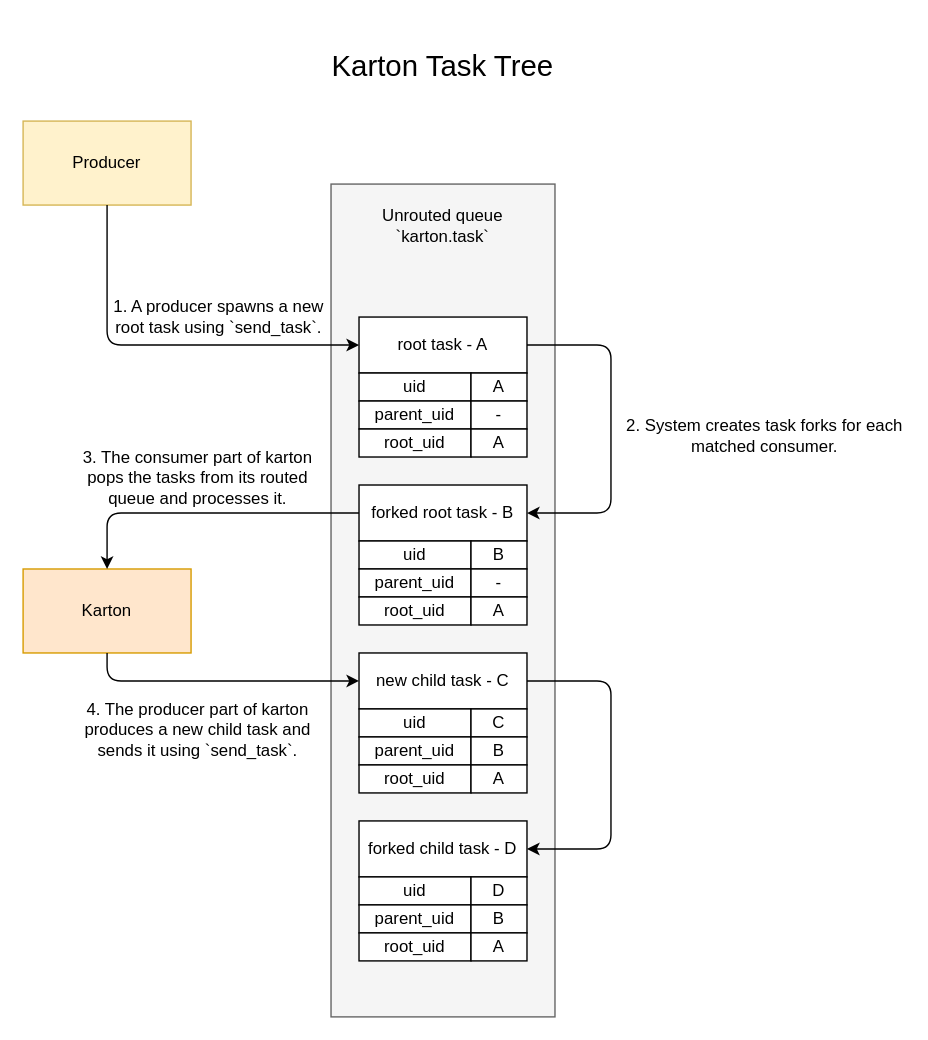
CERT-Polska/karton keeps this draw.io diagram as docs/task-tree.svg. Above is the earlier version. Source tidied: cells renumbered, new cells last; positions are measured from the earlier drawing's top-left corner, leaving out a move shared by most shapes. Its diagram source:
```xml
<mxGraphModel>
  <root>
    <mxCell id="0" />
    <mxCell id="1" parent="0" />
    <mxCell id="2" style="rounded=0;whiteSpace=wrap;html=1;fillColor=#f5f5f5;strokeColor=#666666;fontColor=#333333;" parent="1" vertex="1">
      <mxGeometry x="220" y="115" width="160" height="595" as="geometry" />
    </mxCell>
    <mxCell id="3" value="root task - A" style="rounded=0;whiteSpace=wrap;html=1;" parent="1" vertex="1">
      <mxGeometry x="240" y="210" width="120" height="40" as="geometry" />
    </mxCell>
    <mxCell id="4" value="Producer" style="rounded=0;whiteSpace=wrap;html=1;fillColor=#fff2cc;strokeColor=#d6b656;" parent="1" vertex="1">
      <mxGeometry y="70" width="120" height="60" as="geometry" />
    </mxCell>
    <mxCell id="5" value="1. A producer spawns a new root task using `send_task`." style="text;html=1;strokeColor=none;fillColor=none;align=center;verticalAlign=middle;whiteSpace=wrap;rounded=0;" parent="1" vertex="1">
      <mxGeometry x="60" y="190" width="160" height="40" as="geometry" />
    </mxCell>
    <mxCell id="6" value="uid" style="rounded=0;whiteSpace=wrap;html=1;" parent="1" vertex="1">
      <mxGeometry x="240" y="250" width="80" height="20" as="geometry" />
    </mxCell>
    <mxCell id="7" value="&lt;span&gt;parent_uid&lt;/span&gt;" style="rounded=0;whiteSpace=wrap;html=1;" parent="1" vertex="1">
      <mxGeometry x="240" y="270" width="80" height="20" as="geometry" />
    </mxCell>
    <mxCell id="8" value="&lt;span&gt;root_uid&lt;/span&gt;" style="rounded=0;whiteSpace=wrap;html=1;" parent="1" vertex="1">
      <mxGeometry x="240" y="290" width="80" height="20" as="geometry" />
    </mxCell>
    <mxCell id="9" value="A" style="rounded=0;whiteSpace=wrap;html=1;" parent="1" vertex="1">
      <mxGeometry x="320" y="250" width="40" height="20" as="geometry" />
    </mxCell>
    <mxCell id="10" value="-" style="rounded=0;whiteSpace=wrap;html=1;" parent="1" vertex="1">
      <mxGeometry x="320" y="270" width="40" height="20" as="geometry" />
    </mxCell>
    <mxCell id="11" value="A" style="rounded=0;whiteSpace=wrap;html=1;" parent="1" vertex="1">
      <mxGeometry x="320" y="290" width="40" height="20" as="geometry" />
    </mxCell>
    <mxCell id="12" style="edgeStyle=segmentEdgeStyle;endArrow=classic;html=1;entryX=0;entryY=0.5;entryDx=0;entryDy=0;exitX=0.5;exitY=1;exitDx=0;exitDy=0;" parent="1" edge="1" source="4" target="3">
      <mxGeometry relative="1" as="geometry">
        <Array as="points">
          <mxPoint x="60" y="230" />
        </Array>
      </mxGeometry>
    </mxCell>
    <mxCell id="13" value="Unrouted queue&lt;br&gt;`karton.task`" style="text;html=1;strokeColor=none;fillColor=none;align=center;verticalAlign=middle;whiteSpace=wrap;rounded=0;" parent="1" vertex="1">
      <mxGeometry x="240" y="130" width="120" height="30" as="geometry" />
    </mxCell>
    <mxCell id="14" style="edgeStyle=elbowEdgeStyle;elbow=vertical;endArrow=classic;html=1;exitX=1;exitY=0.5;exitDx=0;exitDy=0;entryX=1;entryY=0.5;entryDx=0;entryDy=0;" parent="1" edge="1" source="3" target="15">
      <mxGeometry relative="1" as="geometry">
        <Array as="points">
          <mxPoint x="420" y="300" />
        </Array>
      </mxGeometry>
    </mxCell>
    <mxCell id="15" value="forked root task - B" style="rounded=0;whiteSpace=wrap;html=1;" parent="1" vertex="1">
      <mxGeometry x="240" y="330" width="120" height="40" as="geometry" />
    </mxCell>
    <mxCell id="16" value="uid" style="rounded=0;whiteSpace=wrap;html=1;" parent="1" vertex="1">
      <mxGeometry x="240" y="370" width="80" height="20" as="geometry" />
    </mxCell>
    <mxCell id="17" value="&lt;span&gt;parent_uid&lt;/span&gt;" style="rounded=0;whiteSpace=wrap;html=1;" parent="1" vertex="1">
      <mxGeometry x="240" y="390" width="80" height="20" as="geometry" />
    </mxCell>
    <mxCell id="18" value="&lt;span&gt;root_uid&lt;/span&gt;" style="rounded=0;whiteSpace=wrap;html=1;" parent="1" vertex="1">
      <mxGeometry x="240" y="410" width="80" height="20" as="geometry" />
    </mxCell>
    <mxCell id="19" value="B" style="rounded=0;whiteSpace=wrap;html=1;" parent="1" vertex="1">
      <mxGeometry x="320" y="370" width="40" height="20" as="geometry" />
    </mxCell>
    <mxCell id="20" value="-" style="rounded=0;whiteSpace=wrap;html=1;" parent="1" vertex="1">
      <mxGeometry x="320" y="390" width="40" height="20" as="geometry" />
    </mxCell>
    <mxCell id="21" value="A" style="rounded=0;whiteSpace=wrap;html=1;" parent="1" vertex="1">
      <mxGeometry x="320" y="410" width="40" height="20" as="geometry" />
    </mxCell>
    <mxCell id="22" value="2. System creates task forks for each matched consumer." style="text;html=1;strokeColor=none;fillColor=none;align=center;verticalAlign=middle;whiteSpace=wrap;rounded=0;" parent="1" vertex="1">
      <mxGeometry x="430" y="270" width="200" height="50" as="geometry" />
    </mxCell>
    <mxCell id="23" value="Karton" style="rounded=0;whiteSpace=wrap;html=1;fillColor=#ffe6cc;strokeColor=#d79b00;" parent="1" vertex="1">
      <mxGeometry y="390" width="120" height="60" as="geometry" />
    </mxCell>
    <mxCell id="24" style="edgeStyle=segmentEdgeStyle;endArrow=classic;html=1;exitX=0;exitY=0.5;exitDx=0;exitDy=0;entryX=0.5;entryY=0;entryDx=0;entryDy=0;" parent="1" edge="1" source="15" target="23">
      <mxGeometry relative="1" as="geometry" />
    </mxCell>
    <mxCell id="25" value="3. The consumer part of karton pops the tasks from its routed queue and processes it." style="text;html=1;strokeColor=none;fillColor=none;align=center;verticalAlign=middle;whiteSpace=wrap;rounded=0;" parent="1" vertex="1">
      <mxGeometry x="40" y="300" width="170" height="50" as="geometry" />
    </mxCell>
    <mxCell id="26" value="new child task - C" style="rounded=0;whiteSpace=wrap;html=1;" parent="1" vertex="1">
      <mxGeometry x="240" y="450" width="120" height="40" as="geometry" />
    </mxCell>
    <mxCell id="27" value="uid" style="rounded=0;whiteSpace=wrap;html=1;" parent="1" vertex="1">
      <mxGeometry x="240" y="490" width="80" height="20" as="geometry" />
    </mxCell>
    <mxCell id="28" value="&lt;span&gt;parent_uid&lt;/span&gt;" style="rounded=0;whiteSpace=wrap;html=1;" parent="1" vertex="1">
      <mxGeometry x="240" y="510" width="80" height="20" as="geometry" />
    </mxCell>
    <mxCell id="29" value="&lt;span&gt;root_uid&lt;/span&gt;" style="rounded=0;whiteSpace=wrap;html=1;" parent="1" vertex="1">
      <mxGeometry x="240" y="530" width="80" height="20" as="geometry" />
    </mxCell>
    <mxCell id="30" value="C" style="rounded=0;whiteSpace=wrap;html=1;" parent="1" vertex="1">
      <mxGeometry x="320" y="490" width="40" height="20" as="geometry" />
    </mxCell>
    <mxCell id="31" value="B" style="rounded=0;whiteSpace=wrap;html=1;" parent="1" vertex="1">
      <mxGeometry x="320" y="510" width="40" height="20" as="geometry" />
    </mxCell>
    <mxCell id="32" value="A" style="rounded=0;whiteSpace=wrap;html=1;" parent="1" vertex="1">
      <mxGeometry x="320" y="530" width="40" height="20" as="geometry" />
    </mxCell>
    <mxCell id="33" style="edgeStyle=segmentEdgeStyle;endArrow=classic;html=1;exitX=0.5;exitY=1;exitDx=0;exitDy=0;entryX=0;entryY=0.5;entryDx=0;entryDy=0;" parent="1" edge="1" source="23" target="26">
      <mxGeometry relative="1" as="geometry">
        <Array as="points">
          <mxPoint x="60" y="470" />
        </Array>
      </mxGeometry>
    </mxCell>
    <mxCell id="34" value="4. The producer part of karton produces a new child task and sends it using `send_task`." style="text;html=1;strokeColor=none;fillColor=none;align=center;verticalAlign=middle;whiteSpace=wrap;rounded=0;" parent="1" vertex="1">
      <mxGeometry x="40" y="480" width="170" height="50" as="geometry" />
    </mxCell>
    <mxCell id="35" value="forked child task - D" style="rounded=0;whiteSpace=wrap;html=1;" parent="1" vertex="1">
      <mxGeometry x="240" y="570" width="120" height="40" as="geometry" />
    </mxCell>
    <mxCell id="36" value="uid" style="rounded=0;whiteSpace=wrap;html=1;" parent="1" vertex="1">
      <mxGeometry x="240" y="610" width="80" height="20" as="geometry" />
    </mxCell>
    <mxCell id="37" value="&lt;span&gt;parent_uid&lt;/span&gt;" style="rounded=0;whiteSpace=wrap;html=1;" parent="1" vertex="1">
      <mxGeometry x="240" y="630" width="80" height="20" as="geometry" />
    </mxCell>
    <mxCell id="38" value="&lt;span&gt;root_uid&lt;/span&gt;" style="rounded=0;whiteSpace=wrap;html=1;" parent="1" vertex="1">
      <mxGeometry x="240" y="650" width="80" height="20" as="geometry" />
    </mxCell>
    <mxCell id="39" value="D" style="rounded=0;whiteSpace=wrap;html=1;" parent="1" vertex="1">
      <mxGeometry x="320" y="610" width="40" height="20" as="geometry" />
    </mxCell>
    <mxCell id="40" value="B" style="rounded=0;whiteSpace=wrap;html=1;" parent="1" vertex="1">
      <mxGeometry x="320" y="630" width="40" height="20" as="geometry" />
    </mxCell>
    <mxCell id="41" value="A" style="rounded=0;whiteSpace=wrap;html=1;" parent="1" vertex="1">
      <mxGeometry x="320" y="650" width="40" height="20" as="geometry" />
    </mxCell>
    <mxCell id="42" style="edgeStyle=elbowEdgeStyle;elbow=vertical;endArrow=classic;html=1;entryX=1;entryY=0.5;entryDx=0;entryDy=0;exitX=1;exitY=0.5;exitDx=0;exitDy=0;" parent="1" edge="1" source="26" target="35">
      <mxGeometry relative="1" as="geometry">
        <Array as="points">
          <mxPoint x="420" y="530" />
          <mxPoint x="520" y="590" />
        </Array>
      </mxGeometry>
    </mxCell>
    <mxCell id="43" value="Karton Task Tree" style="text;html=1;strokeColor=none;fillColor=none;align=center;verticalAlign=middle;whiteSpace=wrap;fontSize=21;rounded=1;" parent="1" vertex="1">
      <mxGeometry x="130" width="340" height="60" as="geometry" />
    </mxCell>
  </root>
</mxGraphModel>
```
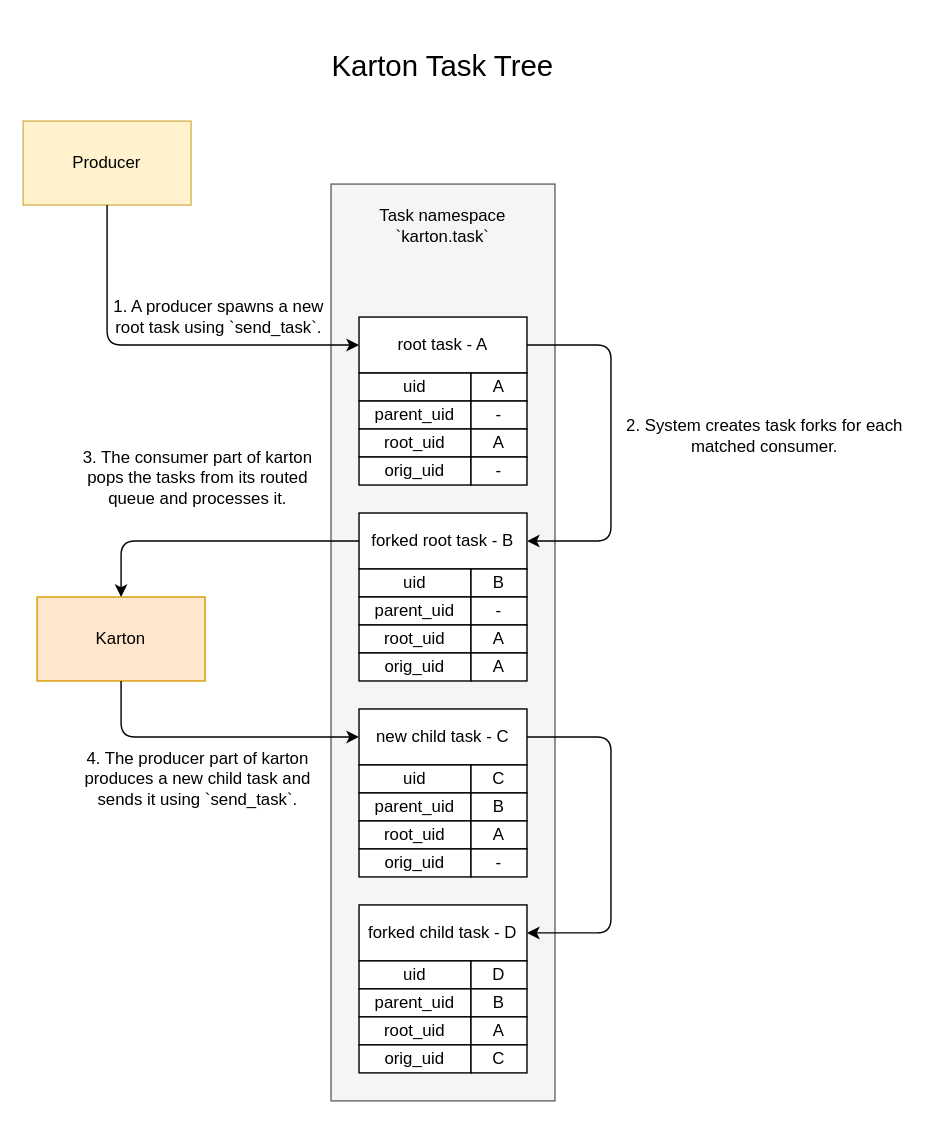
After the commit.

Commit message:
Added forked task reference (orig_uid)  (#43)

What changed in the source:
```diff
@@ -3,7 +3,7 @@
     <mxCell id="0" />
     <mxCell id="1" parent="0" />
     <mxCell id="2" style="rounded=0;whiteSpace=wrap;html=1;fillColor=#f5f5f5;strokeColor=#666666;fontColor=#333333;" parent="1" vertex="1">
-      <mxGeometry x="220" y="115" width="160" height="595" as="geometry" />
+      <mxGeometry x="220" y="115" width="160" height="655" as="geometry" />
     </mxCell>
     <mxCell id="3" value="root task - A" style="rounded=0;whiteSpace=wrap;html=1;" parent="1" vertex="1">
       <mxGeometry x="240" y="210" width="120" height="40" as="geometry" />
@@ -39,7 +39,7 @@
         </Array>
       </mxGeometry>
     </mxCell>
-    <mxCell id="13" value="Unrouted queue&lt;br&gt;`karton.task`" style="text;html=1;strokeColor=none;fillColor=none;align=center;verticalAlign=middle;whiteSpace=wrap;rounded=0;" parent="1" vertex="1">
+    <mxCell id="13" value="Task namespace&lt;br&gt;`karton.task`" style="text;html=1;strokeColor=none;fillColor=none;align=center;verticalAlign=middle;whiteSpace=wrap;rounded=0;" parent="1" vertex="1">
       <mxGeometry x="240" y="130" width="120" height="30" as="geometry" />
     </mxCell>
     <mxCell id="14" style="edgeStyle=elbowEdgeStyle;elbow=vertical;endArrow=classic;html=1;exitX=1;exitY=0.5;exitDx=0;exitDy=0;entryX=1;entryY=0.5;entryDx=0;entryDy=0;" parent="1" edge="1" source="3" target="15">
@@ -50,31 +50,31 @@
       </mxGeometry>
     </mxCell>
     <mxCell id="15" value="forked root task - B" style="rounded=0;whiteSpace=wrap;html=1;" parent="1" vertex="1">
-      <mxGeometry x="240" y="330" width="120" height="40" as="geometry" />
+      <mxGeometry x="240" y="350" width="120" height="40" as="geometry" />
     </mxCell>
     <mxCell id="16" value="uid" style="rounded=0;whiteSpace=wrap;html=1;" parent="1" vertex="1">
-      <mxGeometry x="240" y="370" width="80" height="20" as="geometry" />
+      <mxGeometry x="240" y="390" width="80" height="20" as="geometry" />
     </mxCell>
     <mxCell id="17" value="&lt;span&gt;parent_uid&lt;/span&gt;" style="rounded=0;whiteSpace=wrap;html=1;" parent="1" vertex="1">
-      <mxGeometry x="240" y="390" width="80" height="20" as="geometry" />
+      <mxGeometry x="240" y="410" width="80" height="20" as="geometry" />
     </mxCell>
     <mxCell id="18" value="&lt;span&gt;root_uid&lt;/span&gt;" style="rounded=0;whiteSpace=wrap;html=1;" parent="1" vertex="1">
-      <mxGeometry x="240" y="410" width="80" height="20" as="geometry" />
+      <mxGeometry x="240" y="430" width="80" height="20" as="geometry" />
     </mxCell>
     <mxCell id="19" value="B" style="rounded=0;whiteSpace=wrap;html=1;" parent="1" vertex="1">
-      <mxGeometry x="320" y="370" width="40" height="20" as="geometry" />
+      <mxGeometry x="320" y="390" width="40" height="20" as="geometry" />
     </mxCell>
     <mxCell id="20" value="-" style="rounded=0;whiteSpace=wrap;html=1;" parent="1" vertex="1">
-      <mxGeometry x="320" y="390" width="40" height="20" as="geometry" />
+      <mxGeometry x="320" y="410" width="40" height="20" as="geometry" />
     </mxCell>
     <mxCell id="21" value="A" style="rounded=0;whiteSpace=wrap;html=1;" parent="1" vertex="1">
-      <mxGeometry x="320" y="410" width="40" height="20" as="geometry" />
+      <mxGeometry x="320" y="430" width="40" height="20" as="geometry" />
     </mxCell>
     <mxCell id="22" value="2. System creates task forks for each matched consumer." style="text;html=1;strokeColor=none;fillColor=none;align=center;verticalAlign=middle;whiteSpace=wrap;rounded=0;" parent="1" vertex="1">
       <mxGeometry x="430" y="270" width="200" height="50" as="geometry" />
     </mxCell>
     <mxCell id="23" value="Karton" style="rounded=0;whiteSpace=wrap;html=1;fillColor=#ffe6cc;strokeColor=#d79b00;" parent="1" vertex="1">
-      <mxGeometry y="390" width="120" height="60" as="geometry" />
+      <mxGeometry x="10" y="410" width="120" height="60" as="geometry" />
     </mxCell>
     <mxCell id="24" style="edgeStyle=segmentEdgeStyle;endArrow=classic;html=1;exitX=0;exitY=0.5;exitDx=0;exitDy=0;entryX=0.5;entryY=0;entryDx=0;entryDy=0;" parent="1" edge="1" source="15" target="23">
       <mxGeometry relative="1" as="geometry" />
@@ -83,56 +83,56 @@
       <mxGeometry x="40" y="300" width="170" height="50" as="geometry" />
     </mxCell>
     <mxCell id="26" value="new child task - C" style="rounded=0;whiteSpace=wrap;html=1;" parent="1" vertex="1">
-      <mxGeometry x="240" y="450" width="120" height="40" as="geometry" />
+      <mxGeometry x="240" y="490" width="120" height="40" as="geometry" />
     </mxCell>
     <mxCell id="27" value="uid" style="rounded=0;whiteSpace=wrap;html=1;" parent="1" vertex="1">
-      <mxGeometry x="240" y="490" width="80" height="20" as="geometry" />
+      <mxGeometry x="240" y="530" width="80" height="20" as="geometry" />
     </mxCell>
     <mxCell id="28" value="&lt;span&gt;parent_uid&lt;/span&gt;" style="rounded=0;whiteSpace=wrap;html=1;" parent="1" vertex="1">
-      <mxGeometry x="240" y="510" width="80" height="20" as="geometry" />
+      <mxGeometry x="240" y="550" width="80" height="20" as="geometry" />
     </mxCell>
     <mxCell id="29" value="&lt;span&gt;root_uid&lt;/span&gt;" style="rounded=0;whiteSpace=wrap;html=1;" parent="1" vertex="1">
-      <mxGeometry x="240" y="530" width="80" height="20" as="geometry" />
+      <mxGeometry x="240" y="570" width="80" height="20" as="geometry" />
     </mxCell>
     <mxCell id="30" value="C" style="rounded=0;whiteSpace=wrap;html=1;" parent="1" vertex="1">
-      <mxGeometry x="320" y="490" width="40" height="20" as="geometry" />
+      <mxGeometry x="320" y="530" width="40" height="20" as="geometry" />
     </mxCell>
     <mxCell id="31" value="B" style="rounded=0;whiteSpace=wrap;html=1;" parent="1" vertex="1">
-      <mxGeometry x="320" y="510" width="40" height="20" as="geometry" />
+      <mxGeometry x="320" y="550" width="40" height="20" as="geometry" />
     </mxCell>
     <mxCell id="32" value="A" style="rounded=0;whiteSpace=wrap;html=1;" parent="1" vertex="1">
-      <mxGeometry x="320" y="530" width="40" height="20" as="geometry" />
+      <mxGeometry x="320" y="570" width="40" height="20" as="geometry" />
     </mxCell>
-    <mxCell id="33" style="edgeStyle=segmentEdgeStyle;endArrow=classic;html=1;exitX=0.5;exitY=1;exitDx=0;exitDy=0;entryX=0;entryY=0.5;entryDx=0;entryDy=0;" parent="1" edge="1" source="23" target="26">
+    <mxCell id="33" style="edgeStyle=segmentEdgeStyle;endArrow=classic;html=1;entryX=0;entryY=0.5;entryDx=0;entryDy=0;exitX=0.5;exitY=1;exitDx=0;exitDy=0;" parent="1" edge="1" source="23" target="26">
       <mxGeometry relative="1" as="geometry">
         <Array as="points">
-          <mxPoint x="60" y="470" />
+          <mxPoint x="70" y="510" />
         </Array>
       </mxGeometry>
     </mxCell>
     <mxCell id="34" value="4. The producer part of karton produces a new child task and sends it using `send_task`." style="text;html=1;strokeColor=none;fillColor=none;align=center;verticalAlign=middle;whiteSpace=wrap;rounded=0;" parent="1" vertex="1">
-      <mxGeometry x="40" y="480" width="170" height="50" as="geometry" />
+      <mxGeometry x="40" y="515" width="170" height="50" as="geometry" />
     </mxCell>
     <mxCell id="35" value="forked child task - D" style="rounded=0;whiteSpace=wrap;html=1;" parent="1" vertex="1">
-      <mxGeometry x="240" y="570" width="120" height="40" as="geometry" />
+      <mxGeometry x="240" y="630" width="120" height="40" as="geometry" />
     </mxCell>
     <mxCell id="36" value="uid" style="rounded=0;whiteSpace=wrap;html=1;" parent="1" vertex="1">
-      <mxGeometry x="240" y="610" width="80" height="20" as="geometry" />
+      <mxGeometry x="240" y="670" width="80" height="20" as="geometry" />
     </mxCell>
     <mxCell id="37" value="&lt;span&gt;parent_uid&lt;/span&gt;" style="rounded=0;whiteSpace=wrap;html=1;" parent="1" vertex="1">
-      <mxGeometry x="240" y="630" width="80" height="20" as="geometry" />
+      <mxGeometry x="240" y="690" width="80" height="20" as="geometry" />
     </mxCell>
     <mxCell id="38" value="&lt;span&gt;root_uid&lt;/span&gt;" style="rounded=0;whiteSpace=wrap;html=1;" parent="1" vertex="1">
-      <mxGeometry x="240" y="650" width="80" height="20" as="geometry" />
+      <mxGeometry x="240" y="710" width="80" height="20" as="geometry" />
     </mxCell>
     <mxCell id="39" value="D" style="rounded=0;whiteSpace=wrap;html=1;" parent="1" vertex="1">
-      <mxGeometry x="320" y="610" width="40" height="20" as="geometry" />
+      <mxGeometry x="320" y="670" width="40" height="20" as="geometry" />
     </mxCell>
     <mxCell id="40" value="B" style="rounded=0;whiteSpace=wrap;html=1;" parent="1" vertex="1">
-      <mxGeometry x="320" y="630" width="40" height="20" as="geometry" />
+      <mxGeometry x="320" y="690" width="40" height="20" as="geometry" />
     </mxCell>
     <mxCell id="41" value="A" style="rounded=0;whiteSpace=wrap;html=1;" parent="1" vertex="1">
-      <mxGeometry x="320" y="650" width="40" height="20" as="geometry" />
+      <mxGeometry x="320" y="710" width="40" height="20" as="geometry" />
     </mxCell>
     <mxCell id="42" style="edgeStyle=elbowEdgeStyle;elbow=vertical;endArrow=classic;html=1;entryX=1;entryY=0.5;entryDx=0;entryDy=0;exitX=1;exitY=0.5;exitDx=0;exitDy=0;" parent="1" edge="1" source="26" target="35">
       <mxGeometry relative="1" as="geometry">
@@ -145,5 +145,29 @@
     <mxCell id="43" value="Karton Task Tree" style="text;html=1;strokeColor=none;fillColor=none;align=center;verticalAlign=middle;whiteSpace=wrap;fontSize=21;rounded=1;" parent="1" vertex="1">
       <mxGeometry x="130" width="340" height="60" as="geometry" />
     </mxCell>
+    <mxCell id="44" value="&lt;span&gt;orig_uid&lt;/span&gt;" style="rounded=0;whiteSpace=wrap;html=1;" parent="1" vertex="1">
+      <mxGeometry x="240" y="310" width="80" height="20" as="geometry" />
+    </mxCell>
+    <mxCell id="45" value="-" style="rounded=0;whiteSpace=wrap;html=1;" parent="1" vertex="1">
+      <mxGeometry x="320" y="310" width="40" height="20" as="geometry" />
+    </mxCell>
+    <mxCell id="46" value="&lt;span&gt;orig_uid&lt;/span&gt;" style="rounded=0;whiteSpace=wrap;html=1;" parent="1" vertex="1">
+      <mxGeometry x="240" y="450" width="80" height="20" as="geometry" />
+    </mxCell>
+    <mxCell id="47" value="A" style="rounded=0;whiteSpace=wrap;html=1;" parent="1" vertex="1">
+      <mxGeometry x="320" y="450" width="40" height="20" as="geometry" />
+    </mxCell>
+    <mxCell id="48" value="&lt;span&gt;orig_uid&lt;/span&gt;" style="rounded=0;whiteSpace=wrap;html=1;" parent="1" vertex="1">
+      <mxGeometry x="240" y="590" width="80" height="20" as="geometry" />
+    </mxCell>
+    <mxCell id="49" value="-" style="rounded=0;whiteSpace=wrap;html=1;" parent="1" vertex="1">
+      <mxGeometry x="320" y="590" width="40" height="20" as="geometry" />
+    </mxCell>
+    <mxCell id="50" value="&lt;span&gt;orig_uid&lt;/span&gt;" style="rounded=0;whiteSpace=wrap;html=1;" parent="1" vertex="1">
+      <mxGeometry x="240" y="730" width="80" height="20" as="geometry" />
+    </mxCell>
+    <mxCell id="51" value="C" style="rounded=0;whiteSpace=wrap;html=1;" parent="1" vertex="1">
+      <mxGeometry x="320" y="730" width="40" height="20" as="geometry" />
+    </mxCell>
   </root>
 </mxGraphModel>
```
